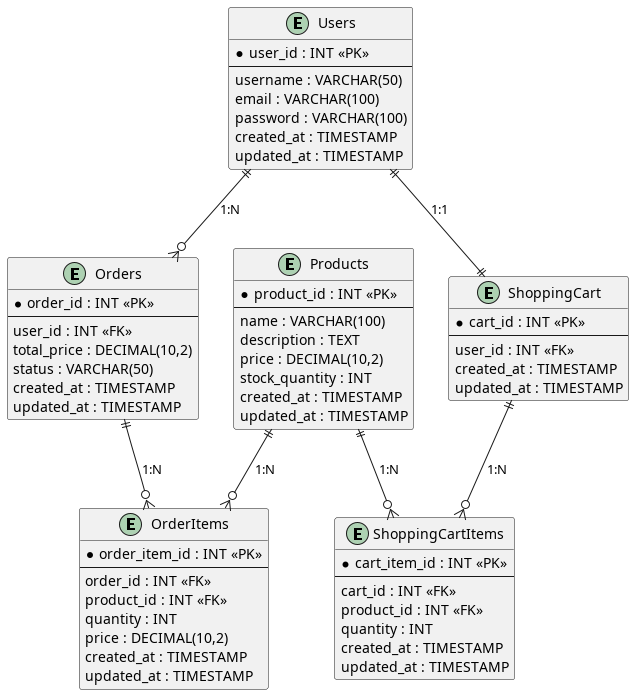
The PlantUML diagram backend-natura/out/db/Diagrama do E-commerce.png in jnerydesigner/natura-challenge, before a commit. Its diagram source:
```plantuml
@startuml Diagrama do E-commerce
entity "Users" as Users {
    * user_id : INT <<PK>>
    --
    username : VARCHAR(50)
    email : VARCHAR(100)
    password : VARCHAR(100)
    created_at : TIMESTAMP
    updated_at : TIMESTAMP
}

entity "Products" as Products {
    * product_id : INT <<PK>>
    --
    name : VARCHAR(100)
    description : TEXT
    price : DECIMAL(10,2)
    stock_quantity : INT
    created_at : TIMESTAMP
    updated_at : TIMESTAMP
}

entity "Orders" as Orders {
    * order_id : INT <<PK>>
    --
    user_id : INT <<FK>>
    total_price : DECIMAL(10,2)
    status : VARCHAR(50)
    created_at : TIMESTAMP
    updated_at : TIMESTAMP
}

entity "OrderItems" as OrderItems {
    * order_item_id : INT <<PK>>
    --
    order_id : INT <<FK>>
    product_id : INT <<FK>>
    quantity : INT
    price : DECIMAL(10,2)
    created_at : TIMESTAMP
    updated_at : TIMESTAMP
}

entity "ShoppingCart" as ShoppingCart {
    * cart_id : INT <<PK>>
    --
    user_id : INT <<FK>>
    created_at : TIMESTAMP
    updated_at : TIMESTAMP
}

entity "ShoppingCartItems" as ShoppingCartItems {
    * cart_item_id : INT <<PK>>
    --
    cart_id : INT <<FK>>
    product_id : INT <<FK>>
    quantity : INT
    created_at : TIMESTAMP
    updated_at : TIMESTAMP
}

Users ||--o{ Orders : "1:N"
Orders ||--o{ OrderItems : "1:N"
Products ||--o{ OrderItems : "1:N"
Users ||--|| ShoppingCart : "1:1"
ShoppingCart ||--o{ ShoppingCartItems : "1:N"
Products ||--o{ ShoppingCartItems : "1:N"
@enduml
```
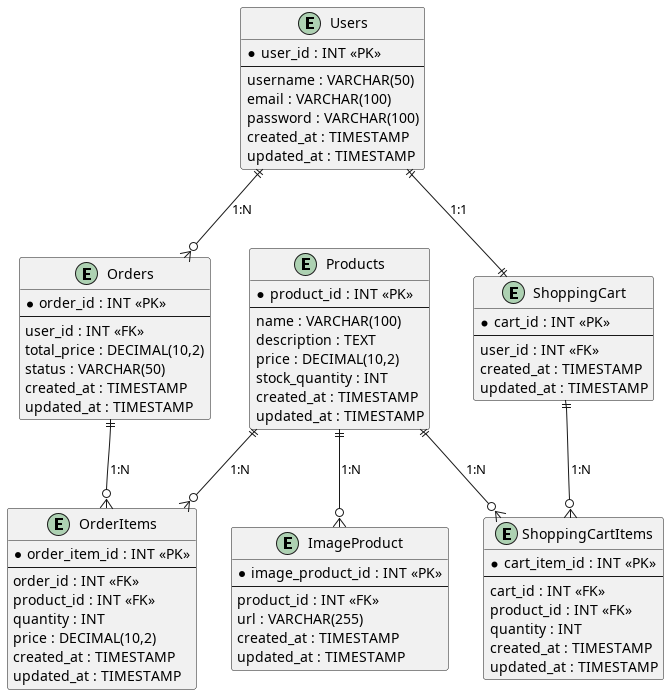
Later version of the same file.

Commit message:
Feat: Include oagination and neu image diagram

What changed in the source:
```diff
@@ -16,6 +16,15 @@
     description : TEXT
     price : DECIMAL(10,2)
     stock_quantity : INT
+    created_at : TIMESTAMP
+    updated_at : TIMESTAMP
+}
+
+entity "ImageProduct" as ImageProduct {
+    * image_product_id : INT <<PK>>
+    --
+    product_id : INT <<FK>>
+    url : VARCHAR(255)
     created_at : TIMESTAMP
     updated_at : TIMESTAMP
 }
@@ -65,4 +74,5 @@
 Users ||--|| ShoppingCart : "1:1"
 ShoppingCart ||--o{ ShoppingCartItems : "1:N"
 Products ||--o{ ShoppingCartItems : "1:N"
+Products ||--o{ ImageProduct : "1:N"
 @enduml
```
